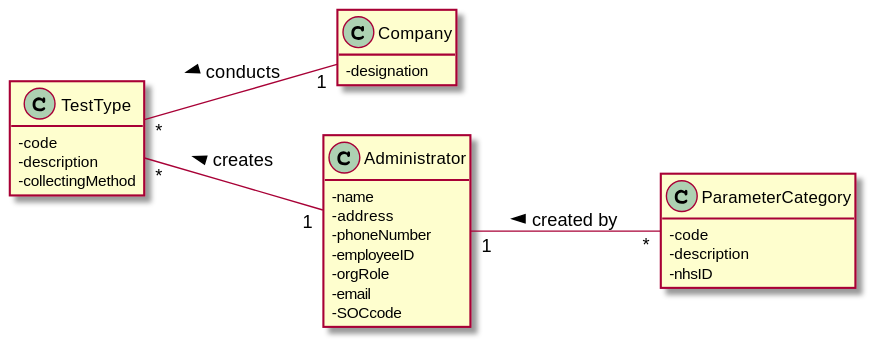
Earlier version of the PlantUML export docs/SprintB/US09/US09-MD.svg (0franciscor/lei-21-s2-1de-g19).
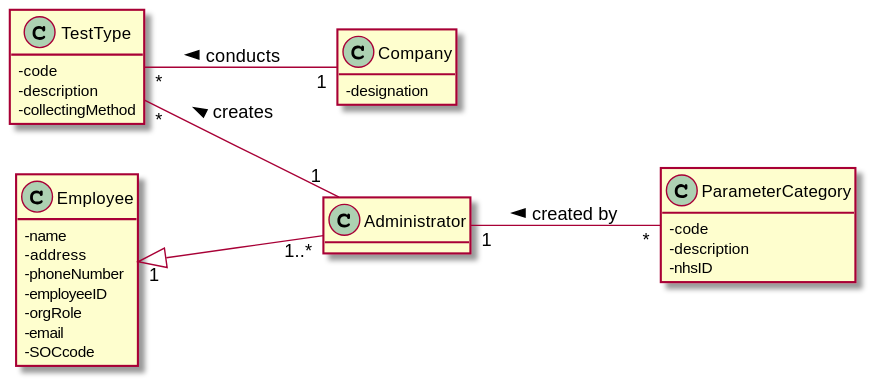
The same diagram one commit later.

What changed in the source:
```diff
@@ -6,6 +6,9 @@
 class Administrator
 class ParameterCategory
 class TestType
+class Employee
+
+Employee "1" <|-- "1..*" Administrator
 
 TestType "*" -- "1" Company : < conducts
 
@@ -15,11 +18,7 @@
 
 skinparam classAttributeIconSize 0
 
-class Company{
--designation
-}
-
-class Administrator{
+class Employee{
 -name
 -address
 -phoneNumber
@@ -27,6 +26,13 @@
 -orgRole
 -email
 -SOCcode
+}
+
+class Company{
+-designation
+}
+
+class Administrator{
 }
 
 class ParameterCategory{
```
